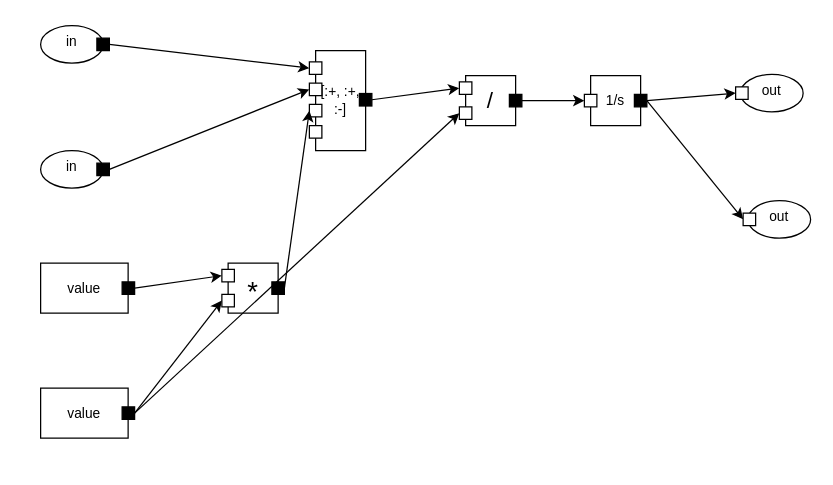
The draw.io diagram page "MUS_F_PNT" (15 of 25) of METI_Vertical_Vibration.drawio in rellab/JuliaMBD-experiment, before the edit. Source tidied: cells renumbered, new cells numbered last; positions are measured from the earlier drawing's top-left corner, leaving out a move shared by most shapes. Both pictures are drawn from the tidied source at 125%, with x=0, y=0 at pixel (40, 25).
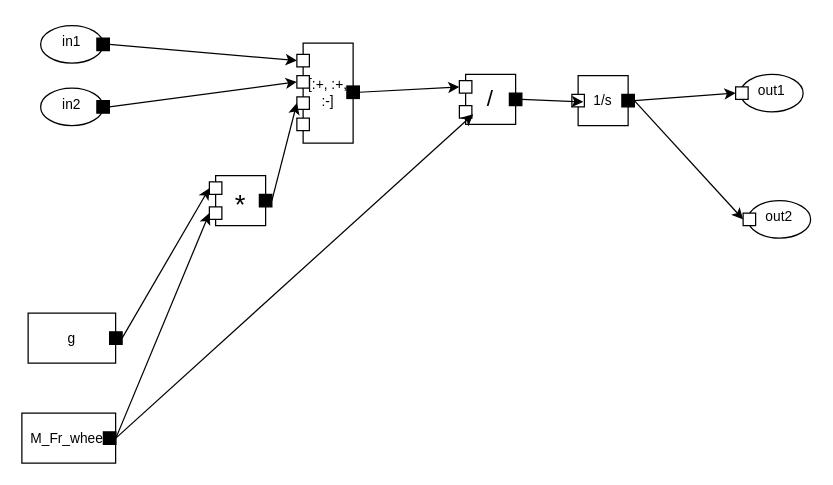
After the change.

Unchanged cells that the change refers to:
```xml
<mxCell id="9" value="&lt;p style=&quot;line-height: 100%;&quot;&gt;&lt;br&gt;&lt;/p&gt;" style="whiteSpace=wrap;html=1;snapToPoint=1;points=[[1,0.5,0,0,0]];noLabel=0;overflow=visible;fillColor=#000000;" parent="8" vertex="1">
  <mxGeometry x="65.2" y="15" width="10" height="10" as="geometry" />
</mxCell>
<mxCell id="21" value="&lt;p style=&quot;line-height: 100%;&quot;&gt;&lt;br&gt;&lt;/p&gt;" style="whiteSpace=wrap;html=1;snapToPoint=1;points=[[1,0.5,0,0,0]];noLabel=0;overflow=visible;fillColor=#000000;" parent="20" vertex="1">
  <mxGeometry x="35" y="15" width="10" height="10" as="geometry" />
</mxCell>
<mxCell id="23" value="&lt;p style=&quot;line-height: 100%;&quot;&gt;&lt;br&gt;&lt;/p&gt;" style="whiteSpace=wrap;html=1;snapToPoint=1;points=[[0,0.5,0,0,0]];noLabel=0;overflow=visible;direction=east;" parent="20" vertex="1">
  <mxGeometry x="-5" y="25" width="10" height="10" as="geometry" />
</mxCell>
<mxCell id="26" value="&lt;p style=&quot;line-height: 100%;&quot;&gt;&lt;br&gt;&lt;/p&gt;" style="whiteSpace=wrap;html=1;snapToPoint=1;points=[[0,0.5,0,0,0]];noLabel=0;overflow=visible;direction=east;" parent="24" vertex="1">
  <mxGeometry x="-5" y="15" width="10" height="10" as="geometry" />
</mxCell>
```

What changed in the source:
```diff
@@
-    <object id="2" label="%name%" name="in" placeholders="1">
+    <object id="2" label="%name%" name="in1" placeholders="1">
       <mxCell style="ellipse;whiteSpace=wrap;html=1;fontSize=11;spacingTop=-5;" parent="1" vertex="1">
         <mxGeometry width="50" height="30" as="geometry" />
       </mxCell>
     </object>
@@
-    <object id="4" label="%name%" name="in" placeholders="1">
+    <object id="4" label="%name%" name="in2" placeholders="1">
       <mxCell style="ellipse;whiteSpace=wrap;html=1;fontSize=11;spacingTop=-5;" parent="1" vertex="1">
-        <mxGeometry y="100" width="50" height="30" as="geometry" />
+        <mxGeometry y="50" width="50" height="30" as="geometry" />
       </mxCell>
     </object>
@@
-    <object id="6" label="%value%" placeholders="1" value="value">
+    <object id="6" label="%value%" placeholders="1" value="g">
       <mxCell style="whiteSpace=wrap;html=1;fontSize=11;" parent="1" vertex="1">
-        <mxGeometry y="190" width="70" height="40" as="geometry" />
+        <mxGeometry x="-10" y="230" width="70" height="40" as="geometry" />
       </mxCell>
     </object>
@@
-    <object id="8" label="%value%" placeholders="1" value="value">
+    <object id="8" label="%value%" placeholders="1" value="M_Fr_wheel">
       <mxCell style="whiteSpace=wrap;html=1;fontSize=11;" parent="1" vertex="1">
-        <mxGeometry y="290" width="70" height="40" as="geometry" />
+        <mxGeometry x="-15" y="310" width="75" height="40" as="geometry" />
       </mxCell>
     </object>
@@
     <mxCell id="10" value="*" style="whiteSpace=wrap;html=1;fontSize=22;spacingBottom=-7;" parent="1" vertex="1">
-      <mxGeometry x="150" y="190" width="40" height="40" as="geometry" />
+      <mxGeometry x="140" y="120" width="40" height="40" as="geometry" />
     </mxCell>
@@
     <object id="14" label="%signs%" placeholders="1" signs="[:+, :+, :-]">
       <mxCell style="rounded=0;whiteSpace=wrap;html=1;fontSize=11;" parent="1" vertex="1">
-        <mxGeometry x="220" y="20" width="40" height="80" as="geometry" />
+        <mxGeometry x="210" y="14" width="40" height="80" as="geometry" />
       </mxCell>
     </object>
@@
     <mxCell id="20" value="/" style="whiteSpace=wrap;html=1;fontSize=18;" parent="1" vertex="1">
-      <mxGeometry x="340" y="40" width="40" height="40" as="geometry" />
+      <mxGeometry x="340" y="39" width="40" height="40" as="geometry" />
     </mxCell>
@@
     <mxCell id="24" value="1/s" style="whiteSpace=wrap;html=1;fontSize=11;" parent="1" vertex="1">
-      <mxGeometry x="440" y="40" width="40" height="40" as="geometry" />
+      <mxGeometry x="430" y="40" width="40" height="40" as="geometry" />
     </mxCell>
@@
-    <object id="27" label="%name%" name="out" placeholders="1">
+    <object id="27" label="%name%" name="out1" placeholders="1">
       <mxCell style="ellipse;whiteSpace=wrap;html=1;fontSize=11;spacingTop=-4;" parent="1" vertex="1">
         <mxGeometry x="560" y="39" width="50" height="30" as="geometry" />
       </mxCell>
     </object>
@@
-    <object id="29" label="%name%" name="out" placeholders="1">
+    <object id="29" label="%name%" name="out2" placeholders="1">
       <mxCell style="ellipse;whiteSpace=wrap;html=1;fontSize=11;spacingTop=-4;" parent="1" vertex="1">
         <mxGeometry x="566" y="140" width="50" height="30" as="geometry" />
       </mxCell>
     </object>
@@
-    <mxCell id="36" style="edgeStyle=none;html=1;exitX=1;exitY=0.5;exitDx=0;exitDy=0;exitPerimeter=0;entryX=0;entryY=0.5;entryDx=0;entryDy=0;entryPerimeter=0;" parent="1" edge="1" source="9" target="23">
-      <mxGeometry relative="1" as="geometry" />
-    </mxCell>
@@
-    <mxCell id="38" style="edgeStyle=none;html=1;exitX=1;exitY=0.5;exitDx=0;exitDy=0;exitPerimeter=0;entryX=0;entryY=0.5;entryDx=0;entryDy=0;entryPerimeter=0;" parent="1" edge="1" source="21" target="26">
-      <mxGeometry relative="1" as="geometry" />
-    </mxCell>
@@
+    <mxCell id="36" style="edgeStyle=none;html=1;exitX=1;exitY=0.5;exitDx=0;exitDy=0;exitPerimeter=0;entryX=1.1;entryY=0.7;entryDx=0;entryDy=0;entryPerimeter=0;" parent="1" edge="1" source="9" target="23">
+      <mxGeometry relative="1" as="geometry" />
+    </mxCell>
+    <mxCell id="38" style="edgeStyle=none;html=1;exitX=1;exitY=0.5;exitDx=0;exitDy=0;exitPerimeter=0;entryX=0.9;entryY=0.6;entryDx=0;entryDy=0;entryPerimeter=0;" parent="1" edge="1" source="21" target="26">
+      <mxGeometry relative="1" as="geometry" />
+    </mxCell>
```
